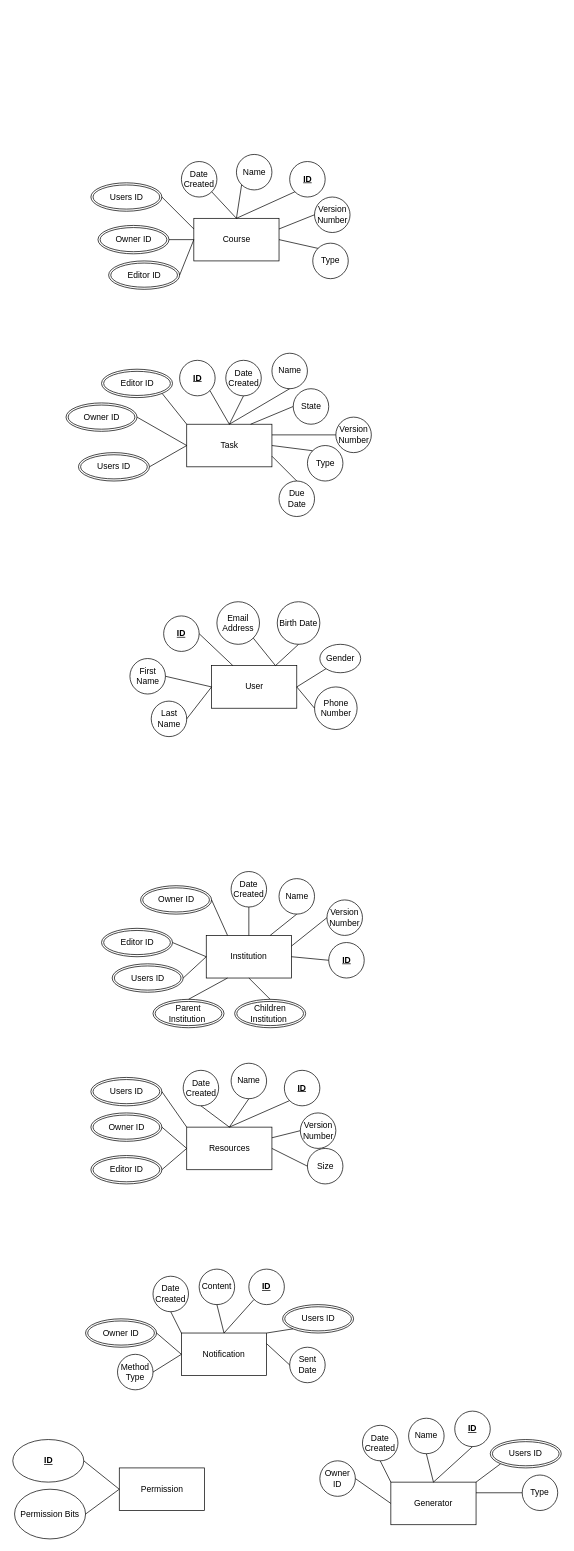
Apollo-LW/Apollo-LW keeps this draw.io diagram as diagrams/db/DatabaseER.drawio. Above is the earlier version. Source tidied: cells renumbered, new cells numbered last; positions are measured from the earlier drawing's top-left corner, leaving out a move shared by most shapes. Both pictures are drawn from the tidied source at 71%, with x=0, y=0 at pixel (13, 154).
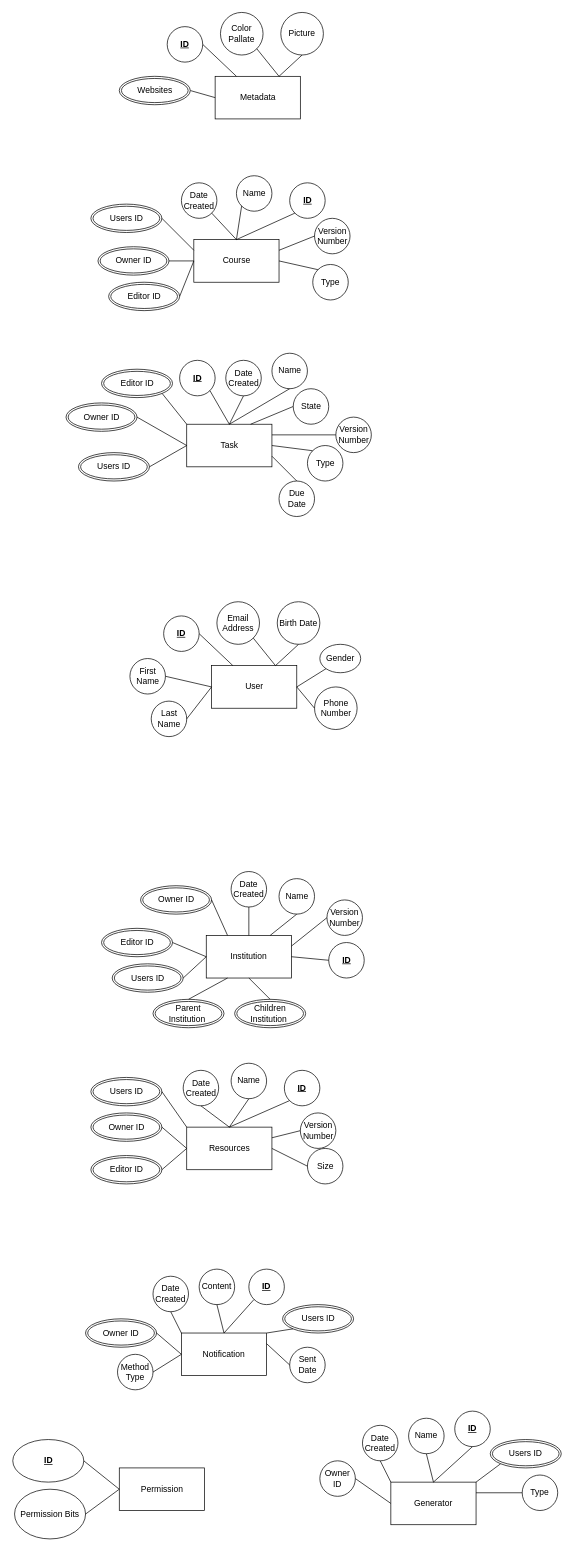
Above is the later version.

Commit message:
Add Metadata data model

Diff of the diagram source:
```diff
@@
     <mxCell id="3" value="Course" style="rounded=0;whiteSpace=wrap;html=1;" parent="1" vertex="1">
-      <mxGeometry x="254.5" y="90" width="120" height="60" as="geometry" />
+      <mxGeometry x="254.5" y="120" width="120" height="60" as="geometry" />
     </mxCell>
@@
     <mxCell id="19" value="Name" style="ellipse;whiteSpace=wrap;html=1;" parent="1" vertex="1">
-      <mxGeometry x="314.5" width="50" height="50" as="geometry" />
+      <mxGeometry x="314.5" y="30" width="50" height="50" as="geometry" />
     </mxCell>
     <mxCell id="20" value="Date Created" style="ellipse;whiteSpace=wrap;html=1;" parent="1" vertex="1">
-      <mxGeometry x="237" y="10" width="50" height="50" as="geometry" />
+      <mxGeometry x="237" y="40" width="50" height="50" as="geometry" />
     </mxCell>
     <mxCell id="21" value="&lt;u&gt;&lt;b&gt;ID&lt;/b&gt;&lt;/u&gt;" style="ellipse;whiteSpace=wrap;html=1;" parent="1" vertex="1">
-      <mxGeometry x="389.5" y="10" width="50" height="50" as="geometry" />
+      <mxGeometry x="389.5" y="40" width="50" height="50" as="geometry" />
     </mxCell>
     <mxCell id="22" value="Version Number" style="ellipse;whiteSpace=wrap;html=1;" parent="1" vertex="1">
-      <mxGeometry x="424.5" y="60" width="50" height="50" as="geometry" />
+      <mxGeometry x="424.5" y="90" width="50" height="50" as="geometry" />
     </mxCell>
     <mxCell id="23" value="Type" style="ellipse;whiteSpace=wrap;html=1;" parent="1" vertex="1">
-      <mxGeometry x="422" y="125" width="50" height="50" as="geometry" />
+      <mxGeometry x="422" y="155" width="50" height="50" as="geometry" />
     </mxCell>
@@
     <mxCell id="91" value="Owner ID" style="ellipse;shape=doubleEllipse;margin=3;whiteSpace=wrap;html=1;align=center;" parent="1" vertex="1">
-      <mxGeometry x="119.5" y="100" width="100" height="40" as="geometry" />
+      <mxGeometry x="119.5" y="130" width="100" height="40" as="geometry" />
     </mxCell>
@@
     <mxCell id="100" value="Editor ID" style="ellipse;shape=doubleEllipse;margin=3;whiteSpace=wrap;html=1;align=center;" parent="1" vertex="1">
-      <mxGeometry x="134.5" y="150" width="100" height="40" as="geometry" />
+      <mxGeometry x="134.5" y="180" width="100" height="40" as="geometry" />
     </mxCell>
@@
     <mxCell id="108" value="Users ID" style="ellipse;shape=doubleEllipse;margin=3;whiteSpace=wrap;html=1;align=center;" parent="1" vertex="1">
-      <mxGeometry x="109.5" y="40" width="100" height="40" as="geometry" />
+      <mxGeometry x="109.5" y="70" width="100" height="40" as="geometry" />
     </mxCell>
@@
+    <mxCell id="124" value="Metadata" style="rounded=0;whiteSpace=wrap;html=1;" parent="1" vertex="1">
+      <mxGeometry x="284.5" y="-110" width="120" height="60" as="geometry" />
+    </mxCell>
+    <mxCell id="125" value="&lt;b&gt;&lt;u&gt;ID&lt;/u&gt;&lt;/b&gt;" style="ellipse;whiteSpace=wrap;html=1;" parent="1" vertex="1">
+      <mxGeometry x="217" y="-180" width="50" height="50" as="geometry" />
+    </mxCell>
+    <mxCell id="126" value="Color Pallate" style="ellipse;whiteSpace=wrap;html=1;" parent="1" vertex="1">
+      <mxGeometry x="292" y="-200" width="60" height="60" as="geometry" />
+    </mxCell>
+    <mxCell id="127" value="Picture" style="ellipse;whiteSpace=wrap;html=1;" parent="1" vertex="1">
+      <mxGeometry x="377" y="-200" width="60" height="60" as="geometry" />
+    </mxCell>
+    <mxCell id="128" style="endArrow=none;html=1;rounded=0;entryX=0.75;entryY=0;entryDx=0;entryDy=0;exitX=1;exitY=1;exitDx=0;exitDy=0;" parent="1" edge="1" source="126" target="124">
+      <mxGeometry relative="1" as="geometry" />
+    </mxCell>
+    <mxCell id="129" style="endArrow=none;html=1;rounded=0;entryX=0.25;entryY=0;entryDx=0;entryDy=0;exitX=1;exitY=0.5;exitDx=0;exitDy=0;" parent="1" edge="1" source="125" target="124">
+      <mxGeometry relative="1" as="geometry" />
+    </mxCell>
+    <mxCell id="130" style="endArrow=none;html=1;rounded=0;exitX=1;exitY=0.5;exitDx=0;exitDy=0;entryX=0;entryY=0.5;entryDx=0;entryDy=0;" parent="1" edge="1" source="132" target="124">
+      <mxGeometry relative="1" as="geometry" />
+    </mxCell>
+    <mxCell id="131" style="endArrow=none;html=1;rounded=0;entryX=0.75;entryY=0;entryDx=0;entryDy=0;exitX=0.5;exitY=1;exitDx=0;exitDy=0;" parent="1" edge="1" source="127" target="124">
+      <mxGeometry relative="1" as="geometry" />
+    </mxCell>
+    <mxCell id="132" value="Websites" style="ellipse;shape=doubleEllipse;margin=3;whiteSpace=wrap;html=1;align=center;" parent="1" vertex="1">
+      <mxGeometry x="149.5" y="-110" width="100" height="40" as="geometry" />
+    </mxCell>
```
